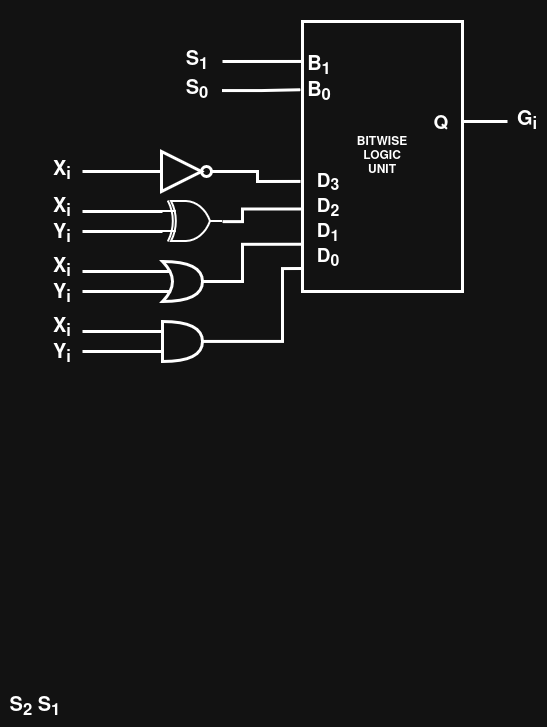
The draw.io diagram Images/BitwiseLogicUnit.drawio.png in isaacohenedanso/ALU, before a commit. Source tidied: cells renumbered, new cells last; positions are measured from the earlier drawing's top-left corner, leaving out a move shared by most shapes.
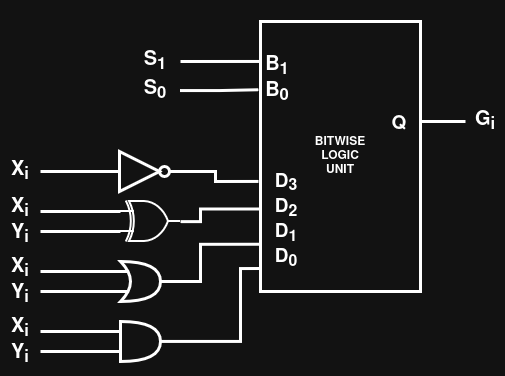
After the commit.

Commit message:
Modified the Logic unit's hardware

The edit, as a diff of the source:
```diff
@@ -95,9 +95,6 @@
     <mxCell id="23" value="&lt;div&gt;D&lt;sub&gt;3&lt;/sub&gt;&lt;/div&gt;&lt;div&gt;D&lt;sub&gt;2&lt;/sub&gt;&lt;/div&gt;&lt;div&gt;D&lt;sub&gt;1&lt;/sub&gt;&lt;/div&gt;&lt;div&gt;D&lt;sub&gt;0&lt;/sub&gt;&lt;/div&gt;" style="text;html=1;whiteSpace=wrap;strokeColor=none;fillColor=none;align=center;verticalAlign=middle;rounded=0;fontStyle=1;fontSize=19;" parent="1" vertex="1">
       <mxGeometry x="303" y="166" width="50" height="110" as="geometry" />
     </mxCell>
-    <mxCell id="24" value="S&lt;sub&gt;2&lt;/sub&gt; S&lt;sub&gt;1&lt;/sub&gt;" style="text;html=1;whiteSpace=wrap;strokeColor=none;fillColor=none;align=center;verticalAlign=middle;rounded=0;strokeWidth=10;fontSize=20;fontStyle=1;" parent="1" vertex="1">
-      <mxGeometry y="687" width="70" height="40" as="geometry" />
-    </mxCell>
     <mxCell id="25" value="Q" style="text;html=1;whiteSpace=wrap;strokeColor=none;fillColor=none;align=center;verticalAlign=middle;rounded=0;fontStyle=1;fontSize=19;" parent="1" vertex="1">
       <mxGeometry x="421" y="104" width="40" height="40" as="geometry" />
     </mxCell>
```
